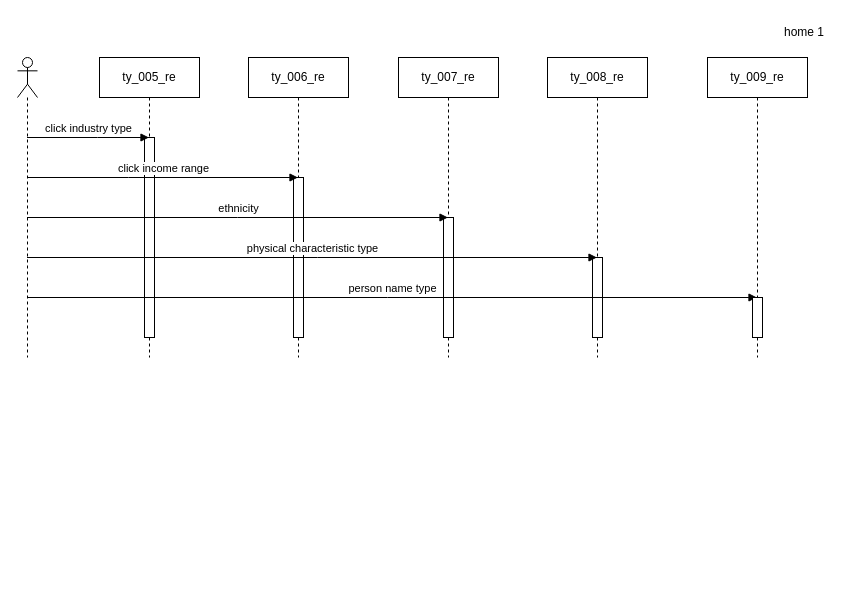
The draw.io diagram page "2 home2" (3 of 37) of docs/artifact/AllPage/drawio_file/sequence_diagram_page.drawio in ssszZ-TH/party_fullstack_docker3, before the edit. Source tidied: cells renumbered, new cells numbered last; positions are measured from the earlier drawing's top-left corner, leaving out a move shared by most shapes. Both pictures are drawn from the tidied source at 100%, with x=0, y=0 at pixel (17, 17).
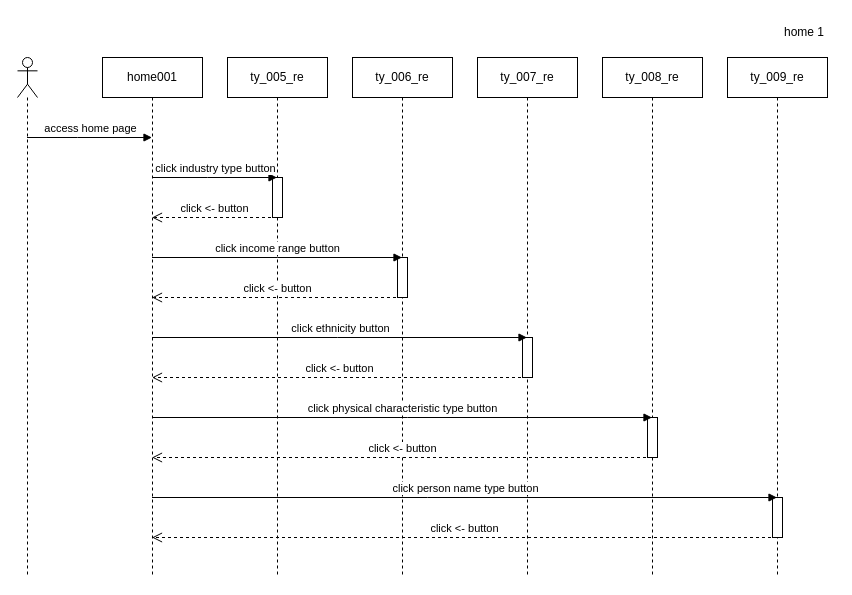
The same diagram, later.

Commit message (it also covers changes not shown here):
docs seq page diagram fin in drawio

Diff of the diagram source:
```diff
@@
-    <mxCell id="0" />
-    <mxCell id="1" parent="0" />
+    <mxCell id="19" />
+    <mxCell id="20" parent="19" />
+    <mxCell id="21" value="home001" style="shape=umlLifeline;perimeter=lifelinePerimeter;whiteSpace=wrap;html=1;outlineConnect=0;portConstraint=eastwest;newEdgeStyle={&quot;curved&quot;:0,&quot;rounded&quot;:0};" parent="20" vertex="1">
+      <mxGeometry x="85" y="40" width="100" height="520" as="geometry" />
+    </mxCell>
+    <mxCell id="22" style="shape=umlLifeline;perimeter=lifelinePerimeter;whiteSpace=wrap;html=1;outlineConnect=0;portConstraint=eastwest;newEdgeStyle={&quot;curved&quot;:0,&quot;rounded&quot;:0};participant=umlActor;" parent="20" vertex="1">
+      <mxGeometry y="40" width="20" height="520" as="geometry" />
+    </mxCell>
+    <mxCell id="5" value="ty_006_re" style="shape=umlLifeline;perimeter=lifelinePerimeter;whiteSpace=wrap;html=1;outlineConnect=0;portConstraint=eastwest;newEdgeStyle={&quot;curved&quot;:0,&quot;rounded&quot;:0};" parent="20" vertex="1">
+      <mxGeometry x="335" y="40" width="100" height="520" as="geometry" />
+    </mxCell>
+    <mxCell id="23" style="html=1;perimeter=orthogonalPerimeter;targetShapes=umlLifeline;newEdgeStyle={&quot;curved&quot;:0,&quot;rounded&quot;:0};" parent="5" vertex="1">
+      <mxGeometry x="45" y="200" width="10" height="40" as="geometry" />
+    </mxCell>
+    <mxCell id="7" value="ty_007_re" style="shape=umlLifeline;perimeter=lifelinePerimeter;whiteSpace=wrap;html=1;outlineConnect=0;portConstraint=eastwest;newEdgeStyle={&quot;curved&quot;:0,&quot;rounded&quot;:0};" parent="20" vertex="1">
+      <mxGeometry x="460" y="40" width="100" height="520" as="geometry" />
+    </mxCell>
+    <mxCell id="24" style="html=1;perimeter=orthogonalPerimeter;targetShapes=umlLifeline;newEdgeStyle={&quot;curved&quot;:0,&quot;rounded&quot;:0};" parent="7" vertex="1">
+      <mxGeometry x="45" y="280" width="10" height="40" as="geometry" />
+    </mxCell>
+    <mxCell id="9" value="ty_008_re" style="shape=umlLifeline;perimeter=lifelinePerimeter;whiteSpace=wrap;html=1;outlineConnect=0;portConstraint=eastwest;newEdgeStyle={&quot;curved&quot;:0,&quot;rounded&quot;:0};" parent="20" vertex="1">
+      <mxGeometry x="585" y="40" width="100" height="520" as="geometry" />
+    </mxCell>
+    <mxCell id="25" style="html=1;perimeter=orthogonalPerimeter;targetShapes=umlLifeline;newEdgeStyle={&quot;curved&quot;:0,&quot;rounded&quot;:0};" parent="9" vertex="1">
+      <mxGeometry x="45" y="360" width="10" height="40" as="geometry" />
+    </mxCell>
+    <mxCell id="11" value="ty_009_re" style="shape=umlLifeline;perimeter=lifelinePerimeter;whiteSpace=wrap;html=1;outlineConnect=0;portConstraint=eastwest;newEdgeStyle={&quot;curved&quot;:0,&quot;rounded&quot;:0};" parent="20" vertex="1">
+      <mxGeometry x="710" y="40" width="100" height="520" as="geometry" />
+    </mxCell>
+    <mxCell id="26" style="html=1;perimeter=orthogonalPerimeter;targetShapes=umlLifeline;newEdgeStyle={&quot;curved&quot;:0,&quot;rounded&quot;:0};" parent="11" vertex="1">
+      <mxGeometry x="45" y="440" width="10" height="40" as="geometry" />
+    </mxCell>
+    <mxCell id="12" value="home 1" style="text;html=1;align=center;verticalAlign=middle;whiteSpace=wrap;rounded=0;" parent="20" vertex="1">
+      <mxGeometry x="757" width="60" height="30" as="geometry" />
+    </mxCell>
-    <mxCell id="2" value="ty_005_re" style="shape=umlLifeline;perimeter=lifelinePerimeter;whiteSpace=wrap;html=1;outlineConnect=0;portConstraint=eastwest;newEdgeStyle={&quot;curved&quot;:0,&quot;rounded&quot;:0};" parent="1" vertex="1">
-      <mxGeometry x="82" y="40" width="100" height="300" as="geometry" />
+    <mxCell id="2" value="ty_005_re" style="shape=umlLifeline;perimeter=lifelinePerimeter;whiteSpace=wrap;html=1;outlineConnect=0;portConstraint=eastwest;newEdgeStyle={&quot;curved&quot;:0,&quot;rounded&quot;:0};" parent="20" vertex="1">
+      <mxGeometry x="210" y="40" width="100" height="520" as="geometry" />
     </mxCell>
-    <mxCell id="3" style="html=1;perimeter=orthogonalPerimeter;targetShapes=umlLifeline;newEdgeStyle={&quot;curved&quot;:0,&quot;rounded&quot;:0};" parent="2" vertex="1">
-      <mxGeometry x="45" y="80" width="10" height="200" as="geometry" />
-    </mxCell>
-    <mxCell id="4" style="shape=umlLifeline;perimeter=lifelinePerimeter;whiteSpace=wrap;html=1;outlineConnect=0;portConstraint=eastwest;newEdgeStyle={&quot;curved&quot;:0,&quot;rounded&quot;:0};participant=umlActor;" parent="1" vertex="1">
-      <mxGeometry y="40" width="20" height="300" as="geometry" />
-    </mxCell>
-    <mxCell id="5" value="ty_006_re" style="shape=umlLifeline;perimeter=lifelinePerimeter;whiteSpace=wrap;html=1;outlineConnect=0;portConstraint=eastwest;newEdgeStyle={&quot;curved&quot;:0,&quot;rounded&quot;:0};" parent="1" vertex="1">
-      <mxGeometry x="231" y="40" width="100" height="300" as="geometry" />
-    </mxCell>
-    <mxCell id="6" style="html=1;perimeter=orthogonalPerimeter;targetShapes=umlLifeline;newEdgeStyle={&quot;curved&quot;:0,&quot;rounded&quot;:0};" parent="5" vertex="1">
-      <mxGeometry x="45" y="120" width="10" height="160" as="geometry" />
-    </mxCell>
-    <mxCell id="7" value="ty_007_re" style="shape=umlLifeline;perimeter=lifelinePerimeter;whiteSpace=wrap;html=1;outlineConnect=0;portConstraint=eastwest;newEdgeStyle={&quot;curved&quot;:0,&quot;rounded&quot;:0};" parent="1" vertex="1">
-      <mxGeometry x="381" y="40" width="100" height="300" as="geometry" />
-    </mxCell>
-    <mxCell id="8" style="html=1;perimeter=orthogonalPerimeter;targetShapes=umlLifeline;newEdgeStyle={&quot;curved&quot;:0,&quot;rounded&quot;:0};" parent="7" vertex="1">
-      <mxGeometry x="45" y="160" width="10" height="120" as="geometry" />
-    </mxCell>
-    <mxCell id="9" value="ty_008_re" style="shape=umlLifeline;perimeter=lifelinePerimeter;whiteSpace=wrap;html=1;outlineConnect=0;portConstraint=eastwest;newEdgeStyle={&quot;curved&quot;:0,&quot;rounded&quot;:0};" parent="1" vertex="1">
-      <mxGeometry x="530" y="40" width="100" height="300" as="geometry" />
-    </mxCell>
-    <mxCell id="10" style="html=1;perimeter=orthogonalPerimeter;targetShapes=umlLifeline;newEdgeStyle={&quot;curved&quot;:0,&quot;rounded&quot;:0};" parent="9" vertex="1">
-      <mxGeometry x="45" y="200" width="10" height="80" as="geometry" />
-    </mxCell>
-    <mxCell id="11" value="ty_009_re" style="shape=umlLifeline;perimeter=lifelinePerimeter;whiteSpace=wrap;html=1;outlineConnect=0;portConstraint=eastwest;newEdgeStyle={&quot;curved&quot;:0,&quot;rounded&quot;:0};" parent="1" vertex="1">
-      <mxGeometry x="690" y="40" width="100" height="300" as="geometry" />
-    </mxCell>
-    <mxCell id="12" value="home 1" style="text;html=1;align=center;verticalAlign=middle;whiteSpace=wrap;rounded=0;" parent="1" vertex="1">
-      <mxGeometry x="757" width="60" height="30" as="geometry" />
-    </mxCell>
-    <mxCell id="13" value="click industry type" style="html=1;verticalAlign=bottom;endArrow=block;curved=0;rounded=0;" parent="1" edge="1" source="4" target="2">
-      <mxGeometry relative="1" as="geometry">
-        <Array as="points">
-          <mxPoint x="80" y="120" />
-        </Array>
-      </mxGeometry>
-    </mxCell>
-    <mxCell id="14" value="click income range" style="html=1;verticalAlign=bottom;endArrow=block;curved=0;rounded=0;" parent="1" edge="1" source="4" target="5">
-      <mxGeometry relative="1" as="geometry">
-        <Array as="points">
-          <mxPoint x="111" y="160" />
-        </Array>
-      </mxGeometry>
-    </mxCell>
-    <mxCell id="15" value="ethnicity" style="html=1;verticalAlign=bottom;endArrow=block;curved=0;rounded=0;" parent="1" edge="1" source="4" target="7">
-      <mxGeometry relative="1" as="geometry">
-        <Array as="points">
-          <mxPoint x="220" y="200" />
-        </Array>
-      </mxGeometry>
-    </mxCell>
-    <mxCell id="16" value="physical characteristic type" style="html=1;verticalAlign=bottom;endArrow=block;curved=0;rounded=0;" parent="1" edge="1" source="4" target="9">
-      <mxGeometry relative="1" as="geometry">
-        <Array as="points">
-          <mxPoint x="300" y="240" />
-        </Array>
-      </mxGeometry>
-    </mxCell>
-    <mxCell id="17" value="person name type" style="html=1;verticalAlign=bottom;endArrow=block;curved=0;rounded=0;" parent="1" edge="1" source="4" target="11">
-      <mxGeometry relative="1" as="geometry">
-        <Array as="points">
-          <mxPoint x="370" y="280" />
-        </Array>
-      </mxGeometry>
-    </mxCell>
-    <mxCell id="18" style="html=1;perimeter=orthogonalPerimeter;targetShapes=umlLifeline;newEdgeStyle={&quot;curved&quot;:0,&quot;rounded&quot;:0};" parent="1" vertex="1">
-      <mxGeometry x="735" y="280" width="10" height="40" as="geometry" />
-    </mxCell>
+    <mxCell id="27" style="html=1;perimeter=orthogonalPerimeter;targetShapes=umlLifeline;newEdgeStyle={&quot;curved&quot;:0,&quot;rounded&quot;:0};" parent="2" vertex="1">
+      <mxGeometry x="45" y="120" width="10" height="40" as="geometry" />
+    </mxCell>
+    <mxCell id="28" value="access home page" style="html=1;verticalAlign=bottom;endArrow=block;curved=0;rounded=0;" parent="20" edge="1" source="22" target="21">
+      <mxGeometry relative="1" as="geometry">
+        <Array as="points">
+          <mxPoint x="60" y="120" />
+        </Array>
+      </mxGeometry>
+    </mxCell>
+    <mxCell id="29" value="click industry type button" style="html=1;verticalAlign=bottom;endArrow=block;curved=0;rounded=0;" parent="20" edge="1" source="21" target="2">
+      <mxGeometry relative="1" as="geometry">
+        <Array as="points">
+          <mxPoint x="190" y="160" />
+        </Array>
+      </mxGeometry>
+    </mxCell>
+    <mxCell id="30" value="click &amp;lt;- button" style="html=1;verticalAlign=bottom;endArrow=open;dashed=1;endSize=8;curved=0;rounded=0;" parent="20" edge="1" source="2" target="21">
+      <mxGeometry relative="1" as="geometry">
+        <Array as="points">
+          <mxPoint x="200" y="200" />
+        </Array>
+      </mxGeometry>
+    </mxCell>
+    <mxCell id="31" value="click income range button" style="html=1;verticalAlign=bottom;endArrow=block;curved=0;rounded=0;" parent="20" edge="1" source="21" target="5">
+      <mxGeometry relative="1" as="geometry">
+        <Array as="points">
+          <mxPoint x="260" y="240" />
+        </Array>
+      </mxGeometry>
+    </mxCell>
+    <mxCell id="32" value="click &amp;lt;- button" style="html=1;verticalAlign=bottom;endArrow=open;dashed=1;endSize=8;curved=0;rounded=0;" parent="20" edge="1" source="5" target="21">
+      <mxGeometry relative="1" as="geometry">
+        <Array as="points">
+          <mxPoint x="270" y="280" />
+        </Array>
+      </mxGeometry>
+    </mxCell>
+    <mxCell id="33" value="click ethnicity button" style="html=1;verticalAlign=bottom;endArrow=block;curved=0;rounded=0;" parent="20" edge="1" source="21" target="7">
+      <mxGeometry relative="1" as="geometry">
+        <Array as="points">
+          <mxPoint x="320" y="320" />
+        </Array>
+      </mxGeometry>
+    </mxCell>
+    <mxCell id="34" value="click &amp;lt;- button" style="html=1;verticalAlign=bottom;endArrow=open;dashed=1;endSize=8;curved=0;rounded=0;" parent="20" edge="1" source="7" target="21">
+      <mxGeometry relative="1" as="geometry">
+        <Array as="points">
+          <mxPoint x="330" y="360" />
+        </Array>
+      </mxGeometry>
+    </mxCell>
+    <mxCell id="35" value="click physical characteristic type button" style="html=1;verticalAlign=bottom;endArrow=block;curved=0;rounded=0;" parent="20" edge="1" source="21" target="9">
+      <mxGeometry relative="1" as="geometry">
+        <Array as="points">
+          <mxPoint x="390" y="400" />
+        </Array>
+      </mxGeometry>
+    </mxCell>
+    <mxCell id="36" value="click &amp;lt;- button" style="html=1;verticalAlign=bottom;endArrow=open;dashed=1;endSize=8;curved=0;rounded=0;" parent="20" edge="1" source="9" target="21">
+      <mxGeometry relative="1" as="geometry">
+        <Array as="points">
+          <mxPoint x="400" y="440" />
+        </Array>
+      </mxGeometry>
+    </mxCell>
+    <mxCell id="37" value="click person name type button" style="html=1;verticalAlign=bottom;endArrow=block;curved=0;rounded=0;" parent="20" edge="1" source="21" target="11">
+      <mxGeometry relative="1" as="geometry">
+        <Array as="points">
+          <mxPoint x="410" y="480" />
+        </Array>
+      </mxGeometry>
+    </mxCell>
+    <mxCell id="38" value="click &amp;lt;- button" style="html=1;verticalAlign=bottom;endArrow=open;dashed=1;endSize=8;curved=0;rounded=0;" parent="20" edge="1" source="11" target="21">
+      <mxGeometry relative="1" as="geometry">
+        <Array as="points">
+          <mxPoint x="480" y="520" />
+        </Array>
+      </mxGeometry>
+    </mxCell>
```
